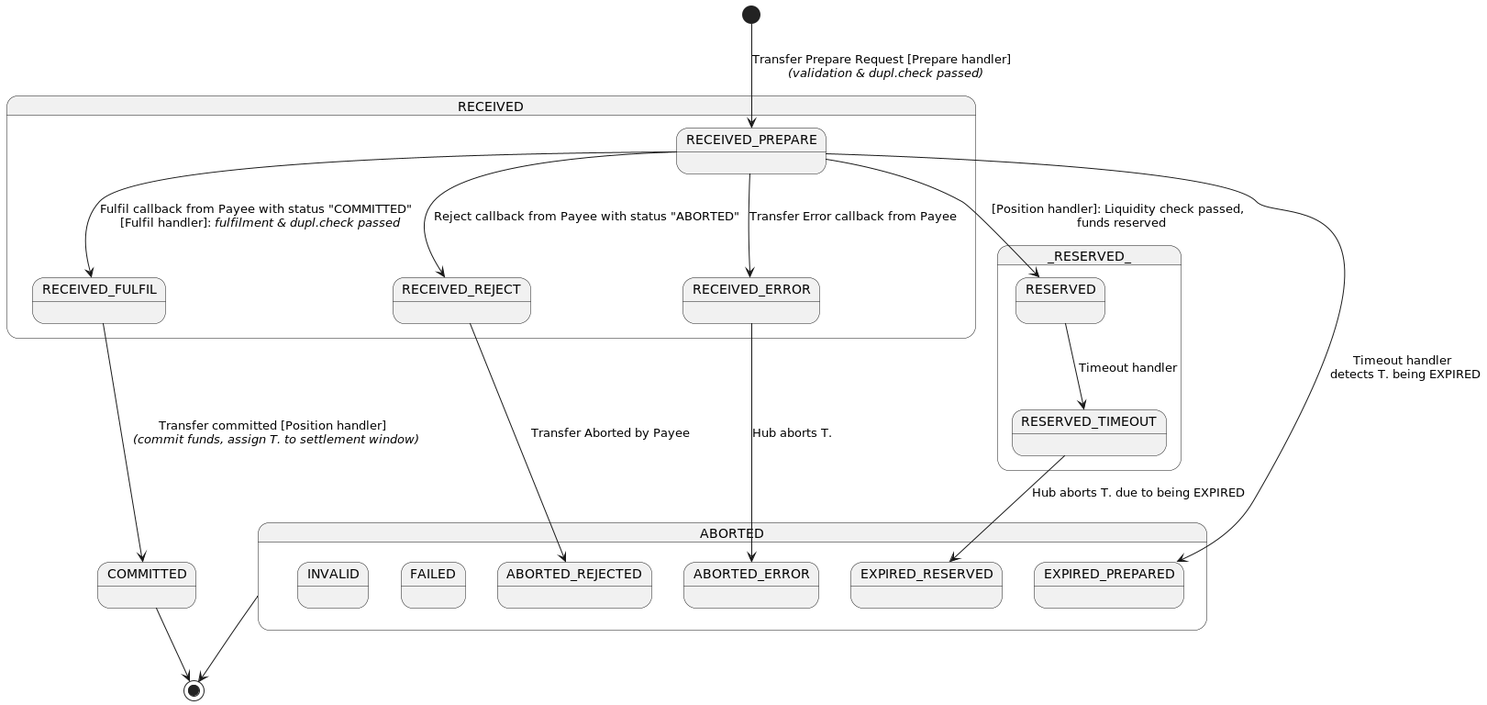
Earlier version of the PlantUML export documentation/state-diagrams/transfer-internal-states-diagram.png (mojaloop/central-ledger).
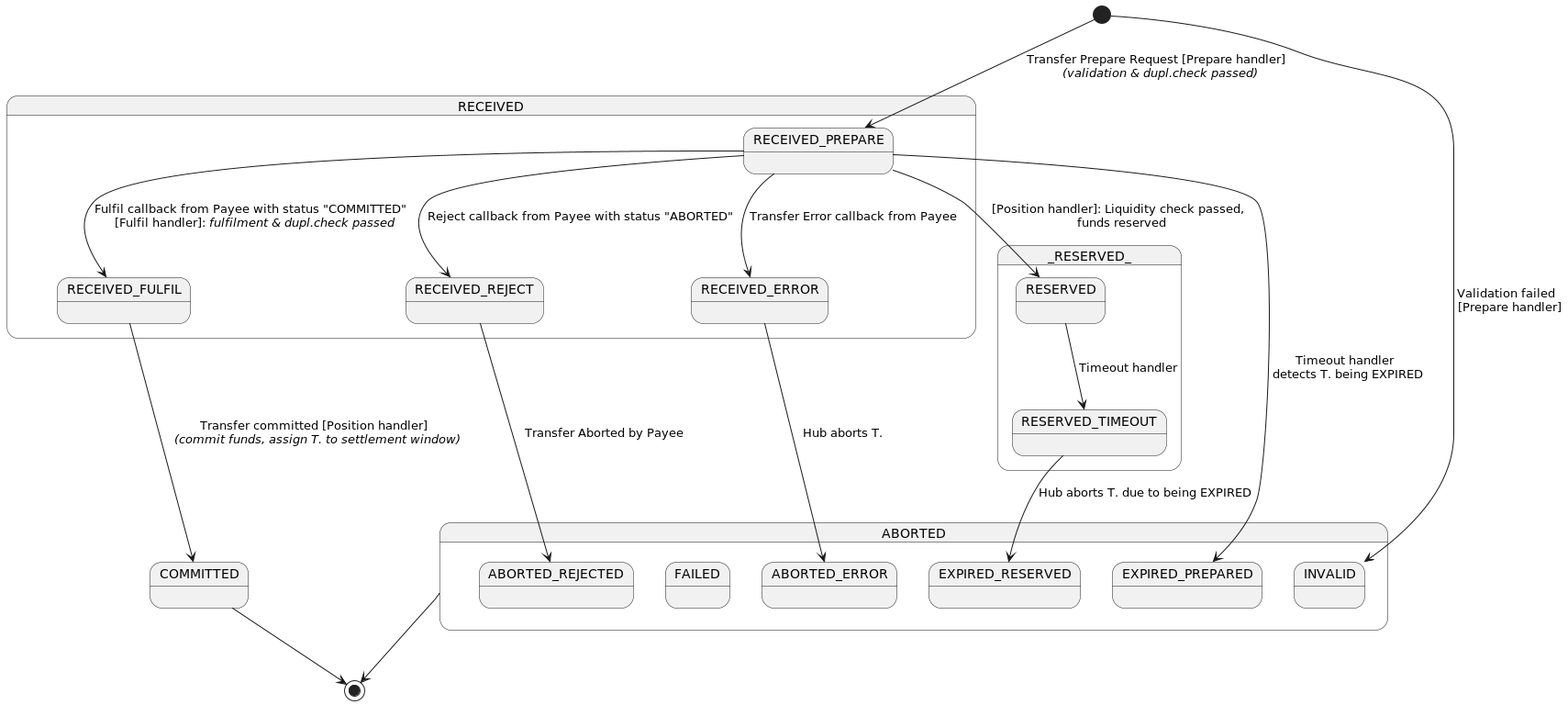
Later version of the same file.

Commit message:
feat(mojaloop/#3818): added transfer state diagrams

What changed in the source:
```diff
@@ -37,6 +37,7 @@
 }
 
 [*] --> RECEIVED_PREPARE : Transfer Prepare Request [Prepare handler] \n <i>(validation & dupl.check passed)</i>
+[*] --> INVALID : Validation failed \n [Prepare handler]
 RECEIVED_PREPARE --> RESERVED : [Position handler]: Liquidity check passed, \n funds reserved
 RECEIVED_PREPARE --> RECEIVED_FULFIL : Fulfil callback from Payee with status "COMMITTED" \n [Fulfil handler]: <i>fulfilment & dupl.check passed</i>
 RECEIVED_FULFIL --> COMMITTED : Transfer committed [Position handler] \n <i>(commit funds, assign T. to settlement window)</i>
```
